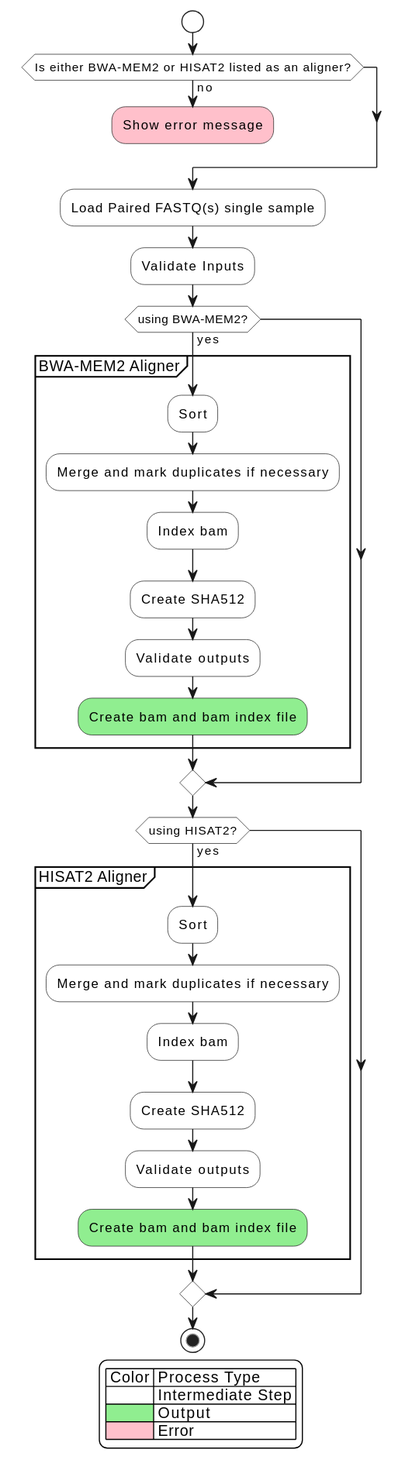
Before: docs/dna-align-flow.svg, a diagram exported from PlantUML (uclahs-cds/pipeline-align-DNA). The source it was exported from:
```plantuml
@startuml
<style>
activityDiagram {
    BackgroundColor #FFFFFF
    BorderColor #000000
    FontColor #000
    }
</style>
start
if (Is either BWA-MEM2 or HISAT2 listed as an aligner?) then (no)
    #pink :Show error message;
    detach
endif
:Load Paired FASTQ(s) single sample;
:Validate Inputs;
if (using BWA-MEM2?) then (yes)
    group BWA-MEM2 Aligner
    :Sort;
    :Merge and mark duplicates if necessary;
    :Index bam;
    :Create SHA512;
    :Validate outputs;
    #lightgreen :Create bam and bam index file;
    end group
endif

if (using HISAT2?) then (yes)
    group HISAT2 Aligner
    :Sort;
    :Merge and mark duplicates if necessary;
    :Index bam;
    :Create SHA512;
    :Validate outputs;
    #lightgreen :Create bam and bam index file;
    end group
endif
legend
    | Color | Process Type |
    | <#White> | Intermediate Step |
    | <#LightGreen> | Output |
    | <#pink> | Error |
endlegend
stop
@enduml
```
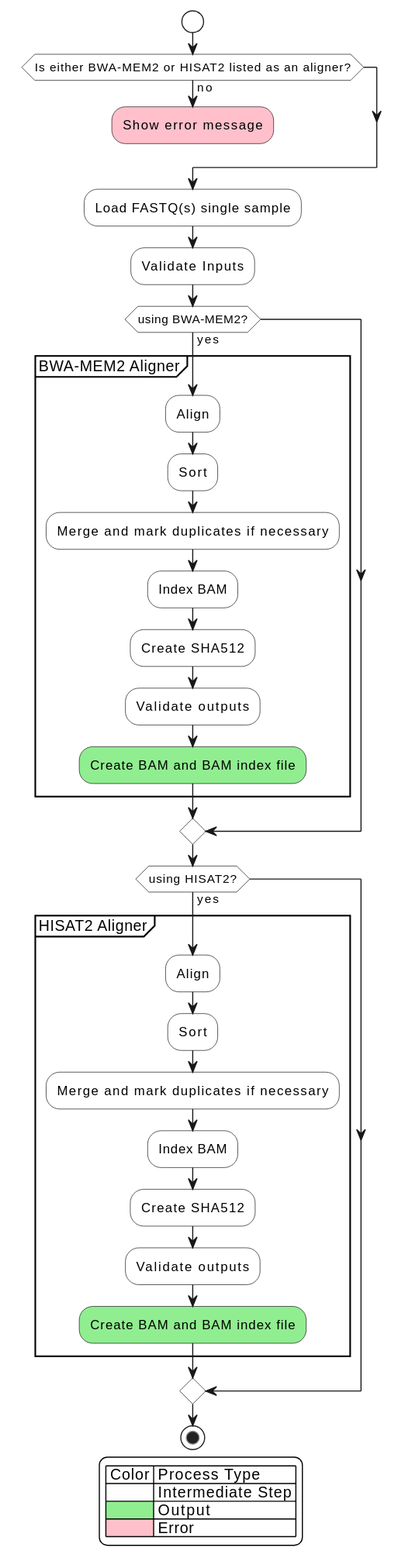
Later version of the same file.

The edit, as a diff of the source:
```diff
@@ -11,27 +11,29 @@
     #pink :Show error message;
     detach
 endif
-:Load Paired FASTQ(s) single sample;
+:Load FASTQ(s) single sample;
 :Validate Inputs;
 if (using BWA-MEM2?) then (yes)
     group BWA-MEM2 Aligner
+    :Align;
     :Sort;
     :Merge and mark duplicates if necessary;
-    :Index bam;
+    :Index BAM;
     :Create SHA512;
     :Validate outputs;
-    #lightgreen :Create bam and bam index file;
+    #lightgreen :Create BAM and BAM index file;
     end group
 endif
 
 if (using HISAT2?) then (yes)
     group HISAT2 Aligner
+    :Align;
     :Sort;
     :Merge and mark duplicates if necessary;
-    :Index bam;
+    :Index BAM;
     :Create SHA512;
     :Validate outputs;
-    #lightgreen :Create bam and bam index file;
+    #lightgreen :Create BAM and BAM index file;
     end group
 endif
 legend
```
